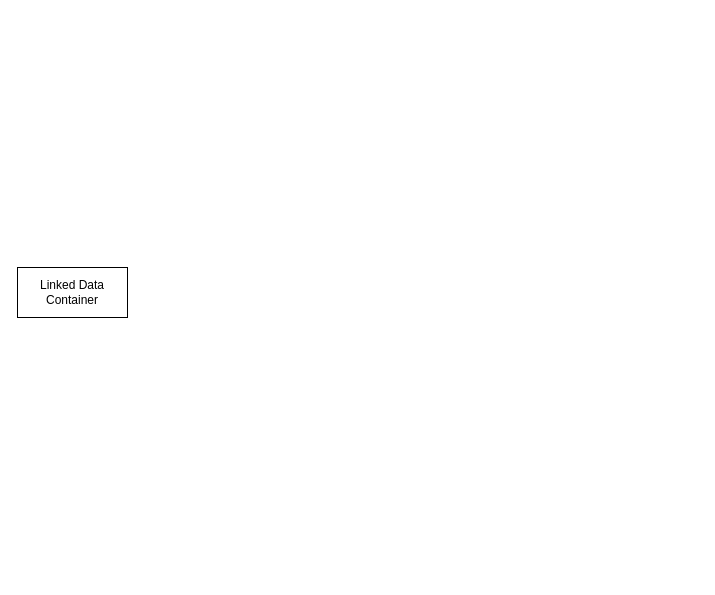
Before: Pipeline Diagram.drawio in miguel76/arca-design, a draw.io diagram. Source tidied: cells renumbered, new cells numbered last; positions are measured from the earlier drawing's top-left corner, leaving out a move shared by most shapes. Both pictures are drawn from the tidied source at 100%, with x=0, y=0 at pixel (17, 267).
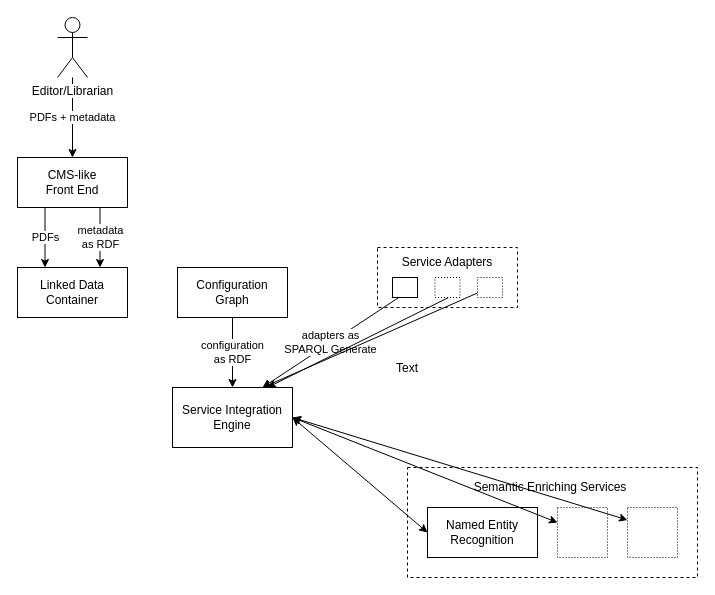
After the change.

The change refers to these unchanged cells:
```xml
<mxCell id="2" value="Linked Data Container" style="rounded=0;whiteSpace=wrap;html=1;" parent="1" vertex="1">
  <mxGeometry width="110" height="50" as="geometry" />
</mxCell>
```

Diff of the diagram source:
```diff
@@
+    <mxCell id="3" style="rounded=0;whiteSpace=wrap;html=1;dashed=1;" parent="1" vertex="1">
+      <mxGeometry x="390" y="200" width="290" height="110" as="geometry" />
+    </mxCell>
+    <mxCell id="4" value="Named Entity Recognition" style="rounded=0;whiteSpace=wrap;html=1;" parent="1" vertex="1">
+      <mxGeometry x="410" y="240" width="110" height="50" as="geometry" />
+    </mxCell>
+    <mxCell id="5" value="Semantic Enriching Services" style="text;html=1;strokeColor=none;fillColor=none;align=center;verticalAlign=middle;whiteSpace=wrap;rounded=0;dashed=1;" parent="1" vertex="1">
+      <mxGeometry x="453" y="210" width="160" height="20" as="geometry" />
+    </mxCell>
+    <mxCell id="6" style="rounded=0;whiteSpace=wrap;html=1;dashed=1;dashPattern=1 2;" parent="1" vertex="1">
+      <mxGeometry x="540" y="240" width="50" height="50" as="geometry" />
+    </mxCell>
+    <mxCell id="7" style="rounded=0;whiteSpace=wrap;html=1;dashed=1;dashPattern=1 2;" parent="1" vertex="1">
+      <mxGeometry x="610" y="240" width="50" height="50" as="geometry" />
+    </mxCell>
+    <mxCell id="8" value="PDFs&amp;nbsp;+ metadata" style="edgeStyle=orthogonalEdgeStyle;rounded=0;jettySize=auto;html=1;" parent="1" edge="1" source="9" target="10">
+      <mxGeometry relative="1" as="geometry" />
+    </mxCell>
+    <mxCell id="9" value="Editor/Librarian" style="shape=umlActor;verticalLabelPosition=bottom;labelBackgroundColor=#ffffff;verticalAlign=top;html=1;outlineConnect=0;" parent="1" vertex="1">
+      <mxGeometry x="40" y="-250" width="30" height="60" as="geometry" />
+    </mxCell>
+    <mxCell id="10" value="CMS-like&lt;br&gt;Front End" style="rounded=0;whiteSpace=wrap;html=1;" parent="1" vertex="1">
+      <mxGeometry y="-110" width="110" height="50" as="geometry" />
+    </mxCell>
+    <mxCell id="11" value="PDFs" style="endArrow=classic;html=1;exitX=0.25;exitY=1;exitDx=0;exitDy=0;entryX=0.25;entryY=0;entryDx=0;entryDy=0;" parent="1" edge="1" source="10" target="2">
+      <mxGeometry relative="1" as="geometry" />
+    </mxCell>
+    <mxCell id="12" value="Service Integration Engine" style="rounded=0;whiteSpace=wrap;html=1;" parent="1" vertex="1">
+      <mxGeometry x="155" y="120" width="120" height="60" as="geometry" />
+    </mxCell>
+    <mxCell id="13" value="metadata&lt;br&gt;as RDF" style="endArrow=classic;html=1;exitX=0.75;exitY=1;exitDx=0;exitDy=0;entryX=0.75;entryY=0;entryDx=0;entryDy=0;" parent="1" edge="1" source="10" target="2">
+      <mxGeometry relative="1" as="geometry" />
+    </mxCell>
+    <mxCell id="14" value="Configuration Graph&lt;br&gt;" style="rounded=0;whiteSpace=wrap;html=1;" parent="1" vertex="1">
+      <mxGeometry x="160" width="110" height="50" as="geometry" />
+    </mxCell>
+    <mxCell id="15" value="configuration&lt;br&gt;as RDF" style="endArrow=classic;html=1;" parent="1" edge="1" source="14" target="12">
+      <mxGeometry relative="1" as="geometry" />
+    </mxCell>
+    <mxCell id="16" style="rounded=0;whiteSpace=wrap;html=1;dashed=1;" parent="1" vertex="1">
+      <mxGeometry x="360" y="-20" width="140" height="60" as="geometry" />
+    </mxCell>
+    <mxCell id="17" style="rounded=0;whiteSpace=wrap;html=1;" parent="1" vertex="1">
+      <mxGeometry x="375" y="10" width="25" height="20" as="geometry" />
+    </mxCell>
+    <mxCell id="18" value="Service Adapters" style="text;html=1;strokeColor=none;fillColor=none;align=center;verticalAlign=middle;whiteSpace=wrap;rounded=0;dashed=1;" parent="1" vertex="1">
+      <mxGeometry x="350" y="-15" width="160" height="20" as="geometry" />
+    </mxCell>
+    <mxCell id="19" style="rounded=0;whiteSpace=wrap;html=1;dashed=1;dashPattern=1 2;" parent="1" vertex="1">
+      <mxGeometry x="460" y="10" width="25" height="20" as="geometry" />
+    </mxCell>
+    <mxCell id="20" value="adapters&amp;nbsp;as&lt;br&gt;SPARQL Generate" style="endArrow=classic;html=1;exitX=0.25;exitY=1;exitDx=0;exitDy=0;entryX=0.75;entryY=0;entryDx=0;entryDy=0;" parent="1" edge="1" source="17" target="12">
+      <mxGeometry relative="1" as="geometry" />
+    </mxCell>
+    <mxCell id="21" style="endArrow=classic;html=1;exitX=0.5;exitY=1;exitDx=0;exitDy=0;" parent="1" edge="1">
+      <mxGeometry relative="1" as="geometry">
+        <mxPoint x="431" y="30" as="sourcePoint" />
+        <mxPoint x="250" y="120" as="targetPoint" />
+      </mxGeometry>
+    </mxCell>
+    <mxCell id="22" value="Text" style="text;html=1;align=left;verticalAlign=top;spacingTop=-4;" parent="1" vertex="1">
+      <mxGeometry x="377" y="91" width="40" height="20" as="geometry" />
+    </mxCell>
+    <mxCell id="23" style="endArrow=classic;html=1;entryX=0.75;entryY=0;entryDx=0;entryDy=0;" parent="1" edge="1" source="19" target="12">
+      <mxGeometry relative="1" as="geometry" />
+    </mxCell>
+    <mxCell id="24" style="rounded=0;whiteSpace=wrap;html=1;dashed=1;dashPattern=1 2;" parent="1" vertex="1">
+      <mxGeometry x="417.5" y="10" width="25" height="20" as="geometry" />
+    </mxCell>
+    <mxCell id="25" style="endArrow=classic;startArrow=classic;html=1;entryX=1;entryY=0.5;entryDx=0;entryDy=0;exitX=0;exitY=0.5;exitDx=0;exitDy=0;" parent="1" edge="1" source="4" target="12">
+      <mxGeometry relative="1" as="geometry" />
+    </mxCell>
+    <mxCell id="26" style="endArrow=classic;startArrow=classic;html=1;exitX=1;exitY=0.5;exitDx=0;exitDy=0;" parent="1" edge="1" source="12" target="6">
+      <mxGeometry relative="1" as="geometry" />
+    </mxCell>
+    <mxCell id="27" style="endArrow=classic;startArrow=classic;html=1;exitX=1;exitY=0.5;exitDx=0;exitDy=0;entryX=0;entryY=0.25;entryDx=0;entryDy=0;" parent="1" edge="1" source="12" target="7">
+      <mxGeometry relative="1" as="geometry" />
+    </mxCell>
```
